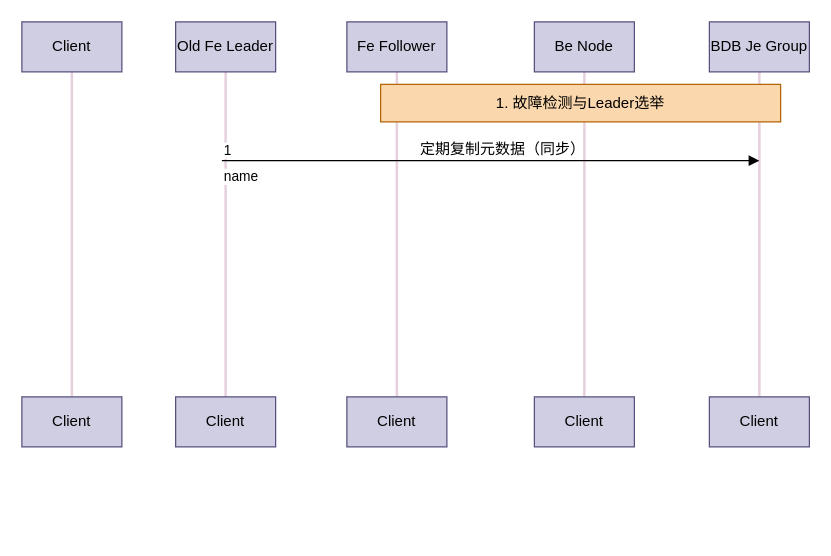
Above: starrocks.drawio in lviiii/starrocks (draw.io), before the change. Source tidied: cells renumbered, new cells numbered last; positions are measured from the earlier drawing's top-left corner, leaving out a move shared by most shapes. Both pictures are drawn from the tidied source at 125%, with x=0, y=0 at pixel (21, 21).
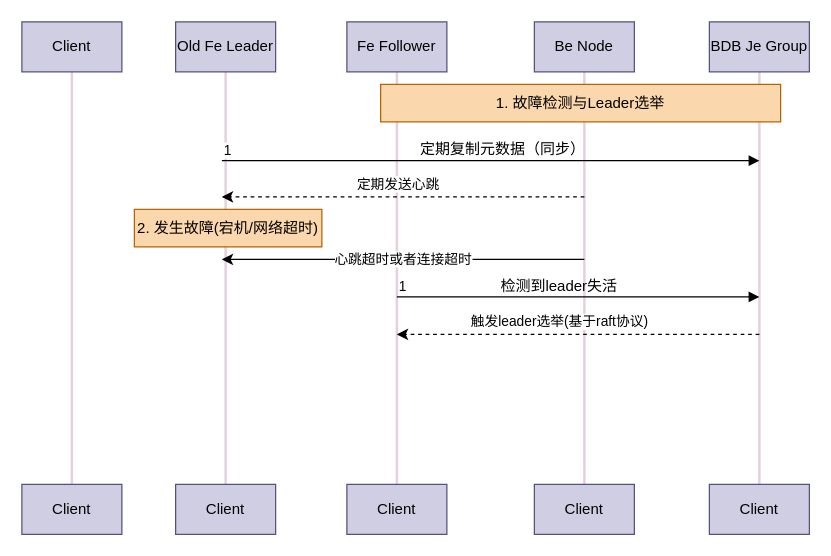
After the change.

The edit, as a diff of the source:
```diff
@@
     <mxCell id="4" value="Client" style="html=1;whiteSpace=wrap;fillColor=#d0cee2;strokeColor=#56517e;" parent="1" vertex="1">
-      <mxGeometry y="300" width="80" height="40" as="geometry" />
+      <mxGeometry y="370" width="80" height="40" as="geometry" />
     </mxCell>
@@
     <mxCell id="7" value="Client" style="html=1;whiteSpace=wrap;fillColor=#d0cee2;strokeColor=#56517e;" parent="1" vertex="1">
-      <mxGeometry x="123" y="300" width="80" height="40" as="geometry" />
+      <mxGeometry x="123" y="370" width="80" height="40" as="geometry" />
     </mxCell>
@@
     <mxCell id="10" value="Client" style="html=1;whiteSpace=wrap;fillColor=#d0cee2;strokeColor=#56517e;" parent="1" vertex="1">
-      <mxGeometry x="260" y="300" width="80" height="40" as="geometry" />
+      <mxGeometry x="260" y="370" width="80" height="40" as="geometry" />
     </mxCell>
@@
     <mxCell id="13" value="Client" style="html=1;whiteSpace=wrap;fillColor=#d0cee2;strokeColor=#56517e;" parent="1" vertex="1">
-      <mxGeometry x="410" y="300" width="80" height="40" as="geometry" />
+      <mxGeometry x="410" y="370" width="80" height="40" as="geometry" />
     </mxCell>
@@
     <mxCell id="16" value="Client" style="html=1;whiteSpace=wrap;fillColor=#d0cee2;strokeColor=#56517e;" parent="1" vertex="1">
-      <mxGeometry x="550" y="300" width="80" height="40" as="geometry" />
+      <mxGeometry x="550" y="370" width="80" height="40" as="geometry" />
     </mxCell>
-    <mxCell id="17" value="name" style="endArrow=block;endFill=1;html=1;edgeStyle=orthogonalEdgeStyle;align=left;verticalAlign=top;rounded=0;" parent="1" edge="1">
+    <mxCell id="17" style="endArrow=block;endFill=1;html=1;edgeStyle=orthogonalEdgeStyle;align=left;verticalAlign=top;rounded=0;" parent="1" edge="1">
       <mxGeometry x="-1" relative="1" as="geometry">
         <mxPoint x="160" y="111" as="sourcePoint" />
         <mxPoint x="590" y="111" as="targetPoint" />
       </mxGeometry>
     </mxCell>
@@
+    <mxCell id="21" value="定期发送心跳" style="endArrow=classic;html=1;rounded=0;dashed=1;" parent="1" edge="1">
+      <mxGeometry x="0.03" y="-10" relative="1" as="geometry">
+        <mxPoint x="450" y="140" as="sourcePoint" />
+        <mxPoint x="160" y="140" as="targetPoint" />
+      </mxGeometry>
+    </mxCell>
+    <mxCell id="22" value="2. 发生故障(宕机/网络超时)" style="html=1;whiteSpace=wrap;fillColor=#fad7ac;strokeColor=#b46504;" parent="1" vertex="1">
+      <mxGeometry x="90" y="150" width="150" height="30" as="geometry" />
+    </mxCell>
+    <mxCell id="23" value="&lt;div&gt;心跳超时或者连接超时&lt;/div&gt;" style="endArrow=classic;html=1;rounded=0;" parent="1" edge="1">
+      <mxGeometry relative="1" as="geometry">
+        <mxPoint x="450" y="190" as="sourcePoint" />
+        <mxPoint x="160" y="190" as="targetPoint" />
+      </mxGeometry>
+    </mxCell>
+    <mxCell id="24" style="endArrow=block;endFill=1;html=1;edgeStyle=orthogonalEdgeStyle;align=left;verticalAlign=top;rounded=0;" parent="1" edge="1">
+      <mxGeometry x="-1" relative="1" as="geometry">
+        <mxPoint x="300" y="220" as="sourcePoint" />
+        <mxPoint x="590" y="220" as="targetPoint" />
+      </mxGeometry>
+    </mxCell>
+    <mxCell id="25" value="1" style="edgeLabel;html=1;align=left;verticalAlign=bottom;" parent="24" vertex="1">
+      <mxGeometry x="-1" relative="1" as="geometry" />
+    </mxCell>
+    <mxCell id="26" value="检测到leader失活" style="text;html=1;whiteSpace=wrap;strokeColor=none;fillColor=none;align=center;verticalAlign=middle;rounded=0;" parent="1" vertex="1">
+      <mxGeometry x="380" y="197" width="100" height="30" as="geometry" />
+    </mxCell>
+    <mxCell id="27" value="触发leader选举(基于raft协议)" style="endArrow=classic;html=1;rounded=0;dashed=1;" parent="1" edge="1">
+      <mxGeometry x="0.1" y="-10" relative="1" as="geometry">
+        <mxPoint x="590" y="250" as="sourcePoint" />
+        <mxPoint x="300" y="250" as="targetPoint" />
+      </mxGeometry>
+    </mxCell>
```
